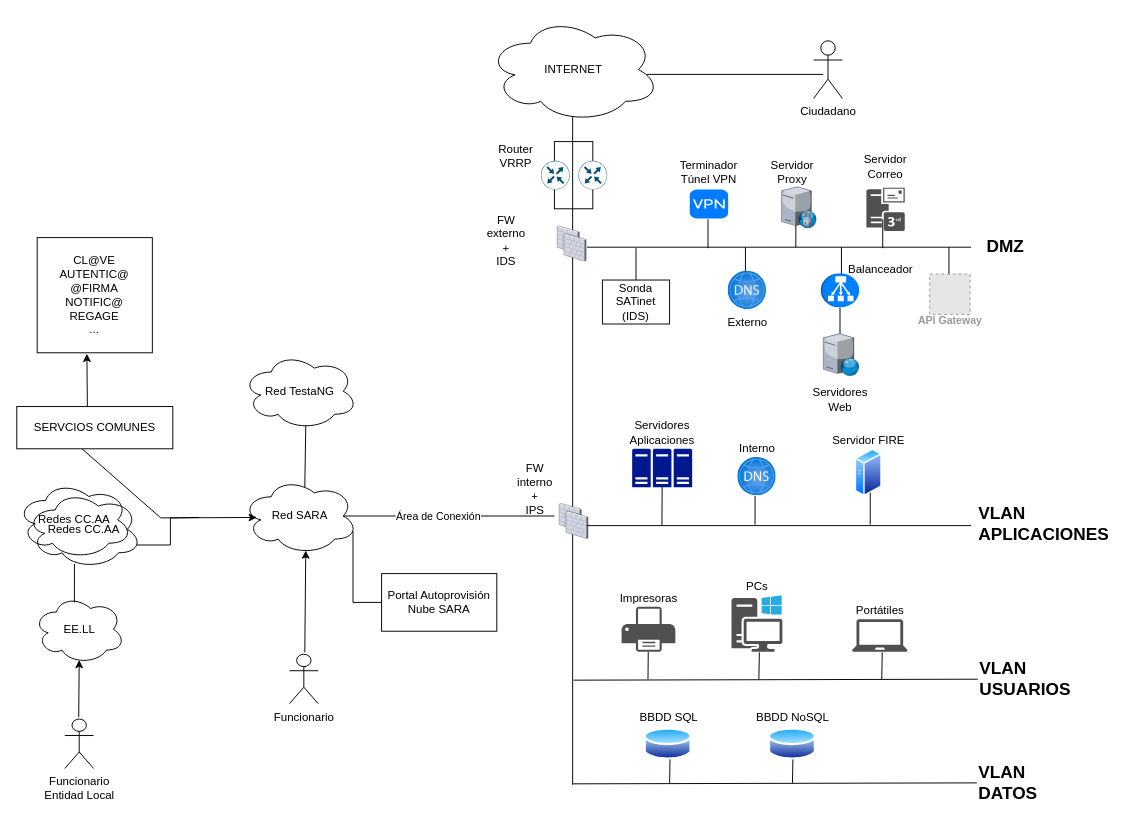
This is docs/diagramas/Diagrama-red-basico.drawio from pmoreno-rodriguez/opos_gsi, a draw.io file, before an edit. Source tidied: cells renumbered, new cells numbered last; positions are measured from the earlier drawing's top-left corner, leaving out a move shared by most shapes. Both pictures are drawn from the tidied source at 96%, with x=0, y=0 at pixel (16, 16). Pictures stored in the file or linked from it are replaced by grey dashed boxes.
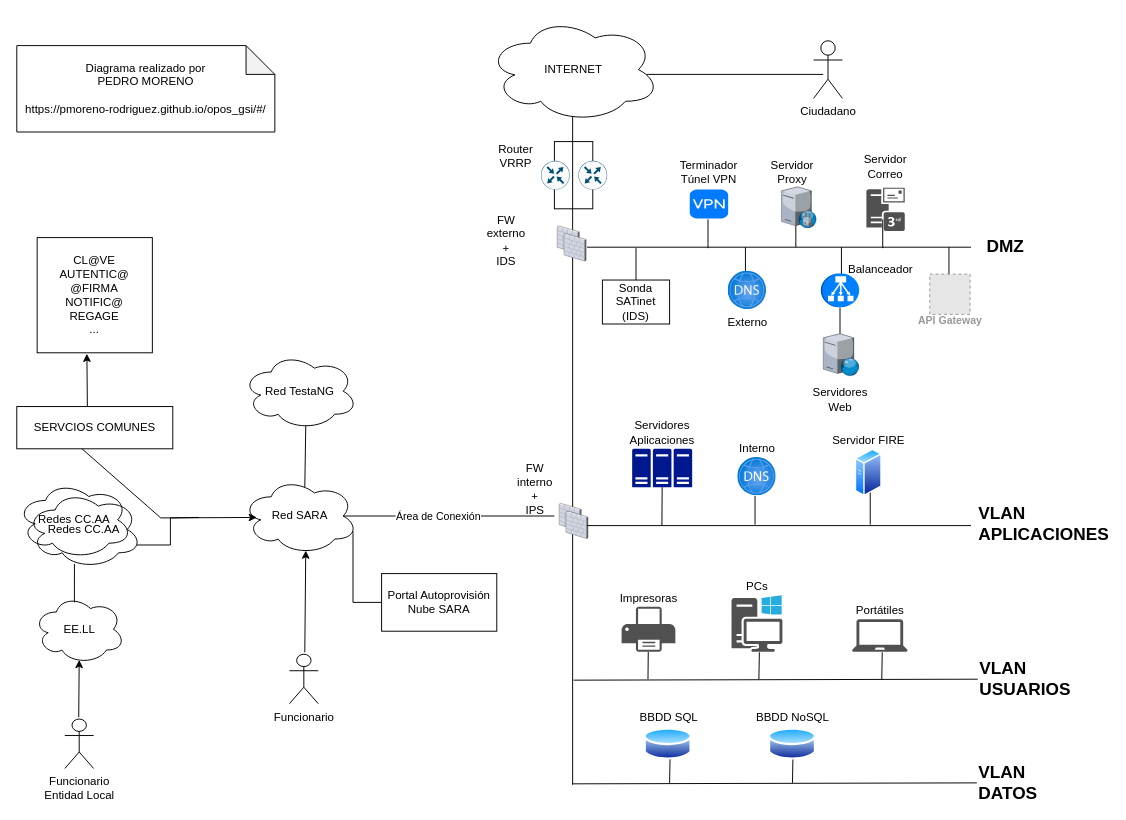
Above is the later version.

Commit message:
Actualización diagrama de red básico

Diff of the diagram source:
```diff
@@
+    <mxCell id="100" value="Diagrama realizado por&lt;br&gt;PEDRO MORENO&lt;br&gt;&lt;br&gt;https://pmoreno-rodriguez.github.io/opos_gsi/#/" style="shape=note;whiteSpace=wrap;html=1;backgroundOutline=1;darkOpacity=0.05;fillColor=none;" parent="1" vertex="1">
+      <mxGeometry y="30" width="268.8" height="90" as="geometry" />
+    </mxCell>
```
